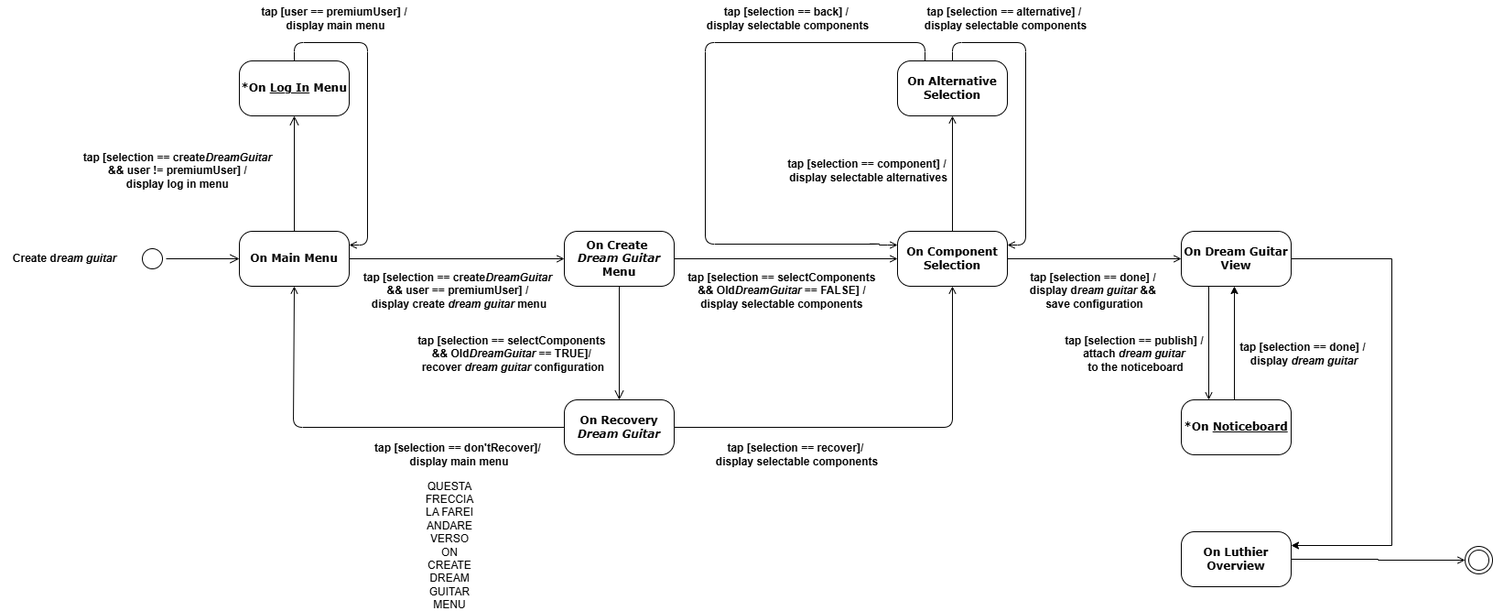
Before: diagrams/StateDiagramT.drawio.png, a diagram exported from draw.io (TizianoLilli/ISPW-Project). Source tidied: cells renumbered, new cells last; positions are measured from the earlier drawing's top-left corner, leaving out a move shared by most shapes.
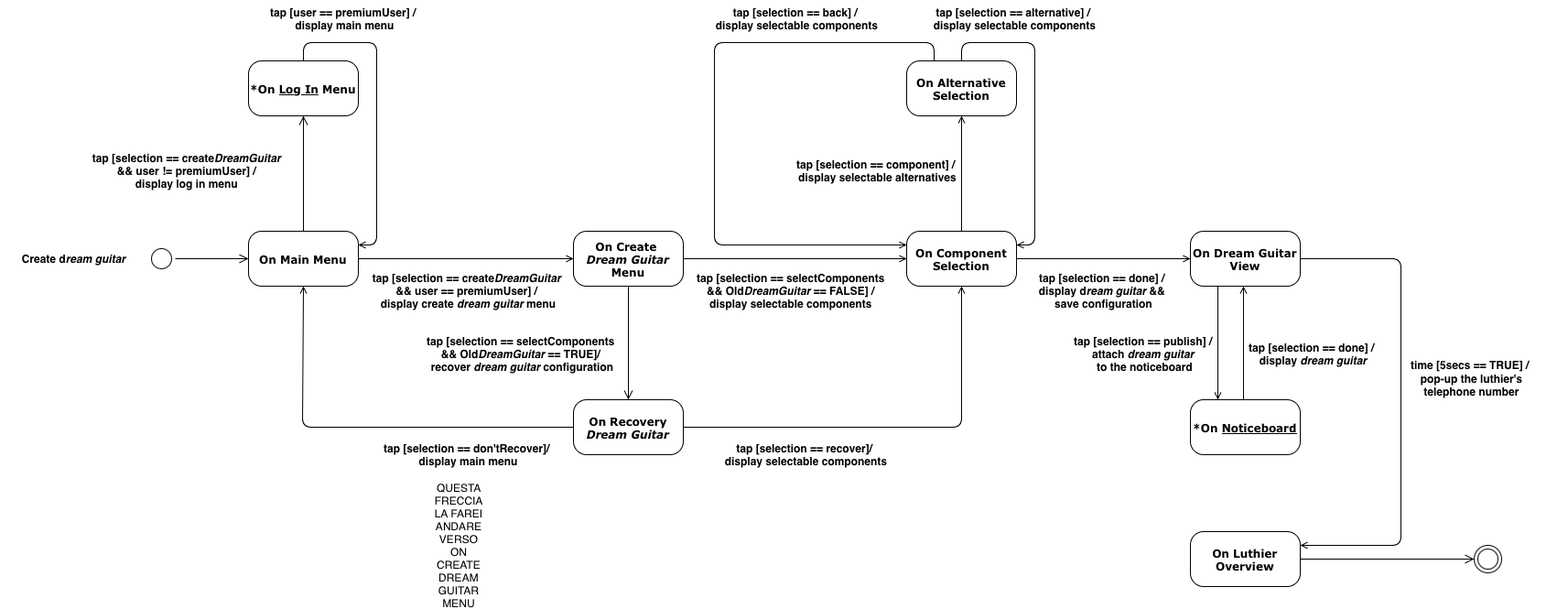
Later version of the same file.

The edit, as a diff of the source:
```diff
@@ -67,13 +67,12 @@
         </Array>
       </mxGeometry>
     </mxCell>
-    <mxCell id="18" style="edgeStyle=orthogonalEdgeStyle;rounded=1;jettySize=auto;html=1;exitX=0.25;exitY=0;exitDx=0;exitDy=0;entryX=0;entryY=0.25;entryDx=0;entryDy=0;endArrow=open;endFill=0;curved=0;" parent="1" edge="1" source="19" target="16">
+    <mxCell id="18" style="edgeStyle=orthogonalEdgeStyle;rounded=1;jettySize=auto;html=1;exitX=0.25;exitY=0;exitDx=0;exitDy=0;endArrow=open;endFill=0;curved=0;entryX=0;entryY=0.25;entryDx=0;entryDy=0;" parent="1" edge="1" source="19" target="16">
       <mxGeometry relative="1" as="geometry">
         <Array as="points">
           <mxPoint x="1010" y="46" />
           <mxPoint x="770" y="46" />
-          <mxPoint x="770" y="266" />
-          <mxPoint x="960" y="266" />
+          <mxPoint x="770" y="267" />
         </Array>
       </mxGeometry>
     </mxCell>
@@ -86,7 +85,7 @@
         <mxPoint x="1320" y="436" as="targetPoint" />
       </mxGeometry>
     </mxCell>
-    <mxCell id="21" style="edgeStyle=orthogonalEdgeStyle;rounded=0;jettySize=auto;html=1;exitX=1;exitY=0.5;exitDx=0;exitDy=0;entryX=1;entryY=0.25;entryDx=0;entryDy=0;" parent="1" edge="1" source="22" target="25">
+    <mxCell id="21" style="edgeStyle=orthogonalEdgeStyle;rounded=1;jettySize=auto;html=1;exitX=1;exitY=0.5;exitDx=0;exitDy=0;entryX=1;entryY=0.25;entryDx=0;entryDy=0;endArrow=open;endFill=0;curved=0;" parent="1" edge="1" source="22" target="25">
       <mxGeometry relative="1" as="geometry">
         <Array as="points">
           <mxPoint x="1520" y="282" />
@@ -97,7 +96,7 @@
     <mxCell id="22" value="&lt;b&gt;On Dream Guitar View&lt;/b&gt;" style="rounded=1;whiteSpace=wrap;html=1;arcSize=24;shadow=0;comic=0;labelBackgroundColor=none;fontFamily=Verdana;fontSize=12;align=center;" parent="1" vertex="1">
       <mxGeometry x="1290" y="252" width="120" height="60" as="geometry" />
     </mxCell>
-    <mxCell id="23" style="edgeStyle=orthogonalEdgeStyle;rounded=0;orthogonalLoop=1;jettySize=auto;html=1;exitX=0.75;exitY=0;exitDx=0;exitDy=0;entryX=0.75;entryY=1;entryDx=0;entryDy=0;" parent="1" edge="1">
+    <mxCell id="23" style="edgeStyle=orthogonalEdgeStyle;rounded=0;orthogonalLoop=1;jettySize=auto;html=1;exitX=0.75;exitY=0;exitDx=0;exitDy=0;entryX=0.75;entryY=1;entryDx=0;entryDy=0;endArrow=open;endFill=0;" parent="1" edge="1">
       <mxGeometry relative="1" as="geometry">
         <mxPoint x="1348" y="436" as="sourcePoint" />
         <mxPoint x="1348" y="312" as="targetPoint" />
@@ -106,15 +105,15 @@
     <mxCell id="24" value="&lt;b&gt;*On &lt;u&gt;Noticeboard&lt;/u&gt;&lt;/b&gt;" style="rounded=1;whiteSpace=wrap;html=1;arcSize=24;shadow=0;comic=0;labelBackgroundColor=none;fontFamily=Verdana;fontSize=12;align=center;" parent="1" vertex="1">
       <mxGeometry x="1290" y="436" width="120" height="60" as="geometry" />
     </mxCell>
+    <mxCell id="27" style="edgeStyle=none;curved=1;rounded=0;jettySize=auto;html=1;exitX=1;exitY=0.5;exitDx=0;exitDy=0;entryX=0;entryY=0.5;entryDx=0;entryDy=0;fontSize=12;startSize=8;endSize=8;endArrow=open;endFill=0;" parent="1" edge="1" source="25" target="26">
+      <mxGeometry relative="1" as="geometry" />
+    </mxCell>
     <mxCell id="25" value="&lt;b&gt;On Luthier Overview&lt;/b&gt;" style="rounded=1;whiteSpace=wrap;html=1;arcSize=24;shadow=0;comic=0;labelBackgroundColor=none;fontFamily=Verdana;fontSize=12;align=center;" parent="1" vertex="1">
       <mxGeometry x="1290" y="580" width="120" height="60" as="geometry" />
     </mxCell>
     <mxCell id="26" style="ellipse;html=1;shape=endState;labelBackgroundColor=none;" parent="1" vertex="1">
-      <mxGeometry x="1600" y="596" width="30" height="30" as="geometry" />
+      <mxGeometry x="1600" y="595" width="30" height="30" as="geometry" />
     </mxCell>
-    <mxCell id="27" style="edgeStyle=orthogonalEdgeStyle;rounded=0;jettySize=auto;html=1;endArrow=open;endFill=0;exitX=1;exitY=0.5;exitDx=0;exitDy=0;labelBackgroundColor=none;fontColor=default;" parent="1" edge="1" source="25" target="26">
-      <mxGeometry relative="1" as="geometry" />
-    </mxCell>
     <mxCell id="28" value="&lt;b&gt;tap [selection == create&lt;i&gt;DreamGuitar&lt;/i&gt;&amp;nbsp;&lt;/b&gt;&lt;div&gt;&lt;b&gt;&amp;amp;&amp;amp;&amp;nbsp;&lt;/b&gt;&lt;b style=&quot;background-color: initial;&quot;&gt;user == premiumUser] &lt;/b&gt;&lt;b style=&quot;background-color: initial;&quot;&gt;/&amp;nbsp;&lt;/b&gt;&lt;div&gt;&lt;div&gt;&lt;b&gt;display create &lt;i&gt;dream guitar&lt;/i&gt; menu&lt;/b&gt;&lt;/div&gt;&lt;/div&gt;&lt;/div&gt;" style="text;html=1;align=center;verticalAlign=middle;strokeColor=none;fillColor=none;" parent="1" vertex="1">
       <mxGeometry x="386" y="287" width="230" height="60" as="geometry" />
     </mxCell>
@@ -163,5 +162,8 @@
     <mxCell id="43" value="QUESTA FRECCIA LA FAREI ANDARE VERSO ON CREATE DREAM GUITAR MENU" style="text;html=1;align=center;verticalAlign=middle;whiteSpace=wrap;rounded=0;" parent="1" vertex="1">
       <mxGeometry x="461" y="580" width="60" height="30" as="geometry" />
     </mxCell>
+    <mxCell id="44" value="&lt;b style=&quot;font-size: 12px;&quot;&gt;time [5secs == TRUE] /&amp;nbsp;&lt;/b&gt;&lt;div style=&quot;font-size: 12px;&quot;&gt;&lt;b&gt;pop-up the luthier's&lt;/b&gt;&lt;/div&gt;&lt;div style=&quot;font-size: 12px;&quot;&gt;&lt;b&gt;telephone number&lt;/b&gt;&lt;/div&gt;" style="text;html=1;align=center;verticalAlign=middle;strokeColor=none;fillColor=none;fontSize=16;" parent="1" vertex="1">
+      <mxGeometry x="1492" y="376" width="210" height="70" as="geometry" />
+    </mxCell>
   </root>
 </mxGraphModel>
```
